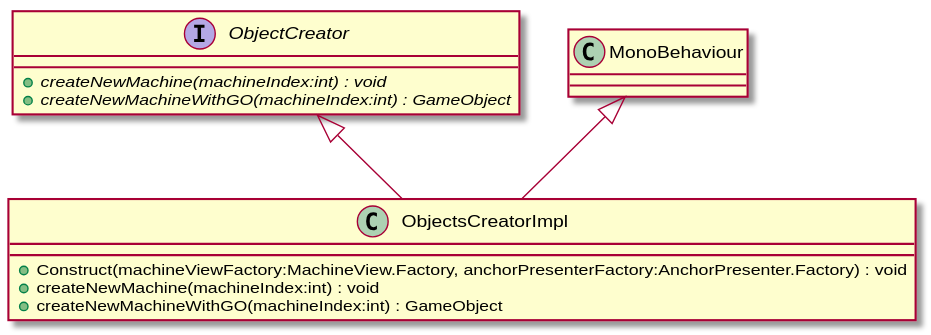
Above: UML/Assets/Scripts/ObjectsCreatorImpl.svg in DeNatur/ProductionFloorVisualization (PlantUML), before the change.
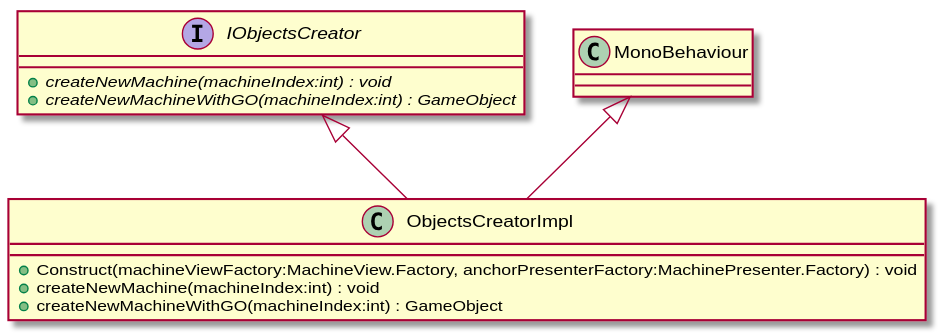
After the change.

Diff of the diagram source:
```diff
@@ -1,13 +1,13 @@
 @startuml
-interface ObjectCreator {
+interface IObjectsCreator {
     + {abstract} createNewMachine(machineIndex:int) : void
     + {abstract} createNewMachineWithGO(machineIndex:int) : GameObject
 }
 class ObjectsCreatorImpl {
-    + Construct(machineViewFactory:MachineView.Factory, anchorPresenterFactory:AnchorPresenter.Factory) : void
+    + Construct(machineViewFactory:MachineView.Factory, anchorPresenterFactory:MachinePresenter.Factory) : void
     + createNewMachine(machineIndex:int) : void
     + createNewMachineWithGO(machineIndex:int) : GameObject
 }
 MonoBehaviour <|-- ObjectsCreatorImpl
-ObjectCreator <|-- ObjectsCreatorImpl
+IObjectsCreator <|-- ObjectsCreatorImpl
 @enduml
```
